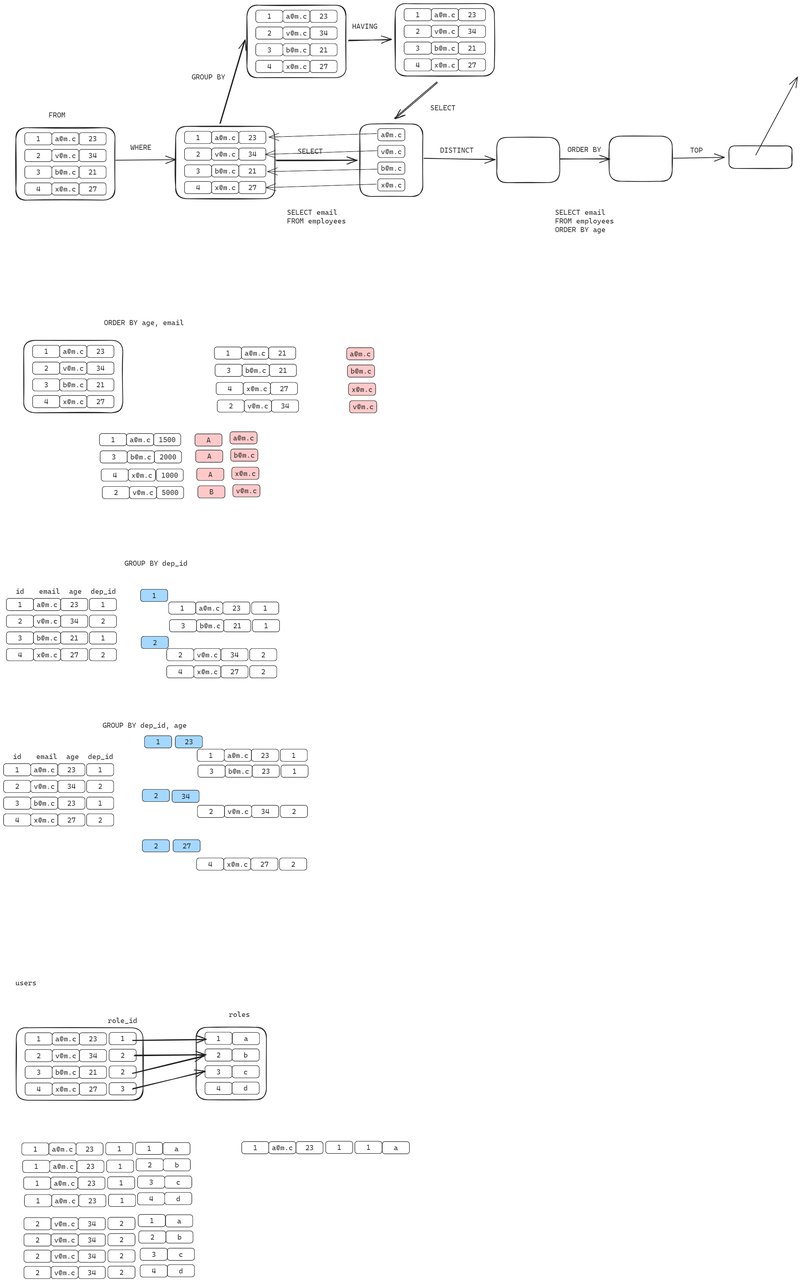
The Excalidraw diagram img/01_sql.excalidraw.png in silvercodes/p31_db_sql, before a commit. Source tidied: one line per element, renumbered; positions are measured from the earlier drawing's top-left corner, leaving out a move shared by most shapes.
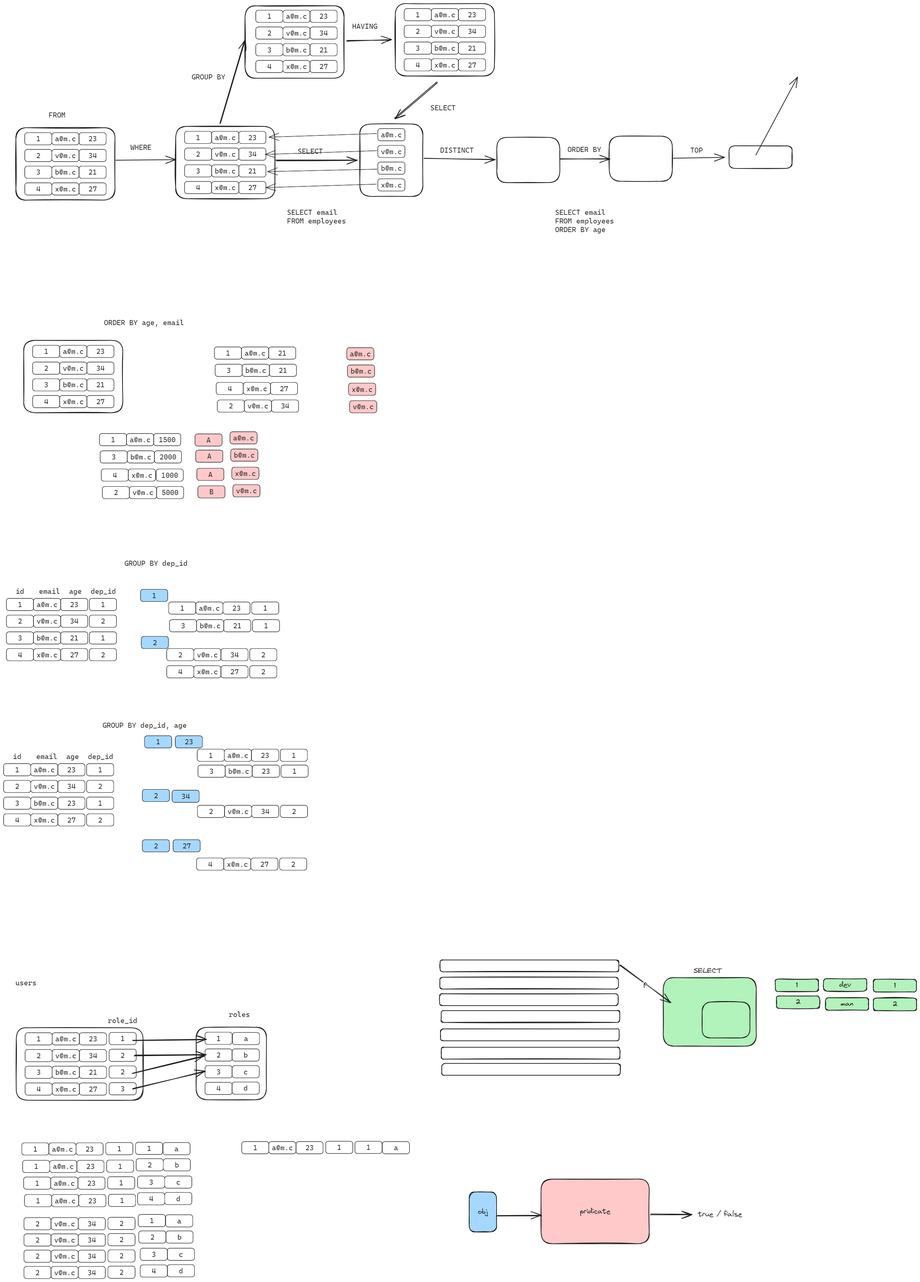
After the change.

Change to the diagram source:
```diff
@@ -330,7 +330,7 @@
 {"id": 329, "type": "text", "text": "27", "strokeColor": "#1e1e1e", "strokeWidth": 1, "roughness": 0, "fontSize": 20, "fontFamily": 3, "textAlign": "center", "verticalAlign": "middle", "inside": 328, "x": 714, "y": 2384, "width": 23, "height": 24}
 {"id": 330, "type": "rectangle", "strokeColor": "#1e1e1e", "strokeWidth": 1, "roughness": 0, "round": true, "x": 768, "y": 2379, "width": 76, "height": 34}
 {"id": 331, "type": "text", "text": "2", "strokeColor": "#1e1e1e", "strokeWidth": 1, "roughness": 0, "fontSize": 20, "fontFamily": 3, "textAlign": "center", "verticalAlign": "middle", "inside": 330, "x": 800, "y": 2384, "width": 12, "height": 24}
-{"id": 332, "type": "rectangle", "strokeColor": "#1e1e1e", "strokeWidth": 2, "roughness": 1, "round": true, "x": 677, "y": 5, "width": 276, "height": 202}
+{"id": 332, "type": "rectangle", "strokeColor": "#1e1e1e", "strokeWidth": 2, "roughness": 1, "round": true, "x": 672, "y": 6, "width": 276, "height": 202}
 {"id": 333, "type": "rectangle", "strokeColor": "#1e1e1e", "strokeWidth": 1, "roughness": 0, "round": true, "x": 702, "y": 18, "width": 76, "height": 34}
 {"id": 334, "type": "text", "text": "1", "strokeColor": "#1e1e1e", "strokeWidth": 1, "roughness": 0, "fontSize": 20, "fontFamily": 3, "textAlign": "center", "verticalAlign": "middle", "inside": 333, "x": 734, "y": 23, "width": 12, "height": 24}
 {"id": 335, "type": "rectangle", "strokeColor": "#1e1e1e", "strokeWidth": 1, "roughness": 0, "round": true, "x": 778, "y": 18, "width": 76, "height": 34}
@@ -382,7 +382,7 @@
 {"id": 381, "type": "text", "text": "x@m.c", "strokeColor": "#1e1e1e", "strokeWidth": 1, "roughness": 0, "fontSize": 20, "fontFamily": 3, "textAlign": "center", "verticalAlign": "middle", "inside": 380, "x": 1199, "y": 159, "width": 59, "height": 24}
 {"id": 382, "type": "rectangle", "strokeColor": "#1e1e1e", "strokeWidth": 1, "roughness": 0, "round": true, "x": 1266, "y": 154, "width": 76, "height": 34}
 {"id": 383, "type": "text", "text": "27", "strokeColor": "#1e1e1e", "strokeWidth": 1, "roughness": 0, "fontSize": 20, "fontFamily": 3, "textAlign": "center", "verticalAlign": "middle", "inside": 382, "x": 1292, "y": 159, "width": 23, "height": 24}
-{"id": 384, "type": "arrow", "strokeColor": "#1e1e1e", "strokeWidth": 2, "roughness": 1, "endArrowhead": "arrow", "round": true, "from": 332, "to": 359, "x": 961, "y": 102, "width": 117, "height": 1, "points": [[0, 0], [117, -1]]}
+{"id": 384, "type": "arrow", "strokeColor": "#1e1e1e", "strokeWidth": 2, "roughness": 1, "endArrowhead": "arrow", "round": true, "from": 332, "to": 359, "x": 956, "y": 103, "width": 123, "height": 2, "points": [[0, 0], [123, -2]]}
 {"id": 385, "type": "text", "text": "HAVING", "strokeColor": "#1e1e1e", "strokeWidth": 2, "roughness": 1, "fontSize": 20, "fontFamily": 3, "x": 970, "y": 51, "width": 70, "height": 24}
 {"id": 386, "type": "arrow", "strokeColor": "#1e1e1e", "strokeWidth": 2, "roughness": 1, "endArrowhead": "arrow", "round": true, "from": 359, "to": 3, "x": 1207, "y": 219, "width": 118, "height": 101, "points": [[0, 0], [-118, 101]]}
 {"id": 387, "type": "text", "text": "SELECT", "strokeColor": "#1e1e1e", "strokeWidth": 2, "roughness": 1, "fontSize": 20, "fontFamily": 3, "x": 1188, "y": 278, "width": 70, "height": 24}
@@ -551,3 +551,34 @@
 {"id": 550, "type": "text", "text": "1", "strokeColor": "#1e1e1e", "strokeWidth": 1, "roughness": 0, "fontSize": 20, "fontFamily": 3, "textAlign": "center", "verticalAlign": "middle", "inside": 549, "x": 1010, "y": 3172, "width": 12, "height": 24}
 {"id": 551, "type": "rectangle", "strokeColor": "#1e1e1e", "strokeWidth": 1, "roughness": 0, "round": true, "x": 1054, "y": 3168, "width": 76, "height": 34}
 {"id": 552, "type": "text", "text": "a", "strokeColor": "#1e1e1e", "strokeWidth": 1, "roughness": 0, "fontSize": 20, "fontFamily": 3, "textAlign": "center", "verticalAlign": "middle", "inside": 551, "x": 1086, "y": 3173, "width": 12, "height": 24}
+{"id": 553, "type": "rectangle", "strokeColor": "#1e1e1e", "strokeWidth": 2, "roughness": 1, "round": true, "x": 1215, "y": 2662, "width": 497, "height": 33}
+{"id": 554, "type": "rectangle", "strokeColor": "#1e1e1e", "strokeWidth": 2, "roughness": 1, "round": true, "x": 1214, "y": 2710, "width": 497, "height": 33}
+{"id": 555, "type": "rectangle", "strokeColor": "#1e1e1e", "strokeWidth": 2, "roughness": 1, "round": true, "x": 1214, "y": 2756, "width": 497, "height": 33}
+{"id": 556, "type": "rectangle", "strokeColor": "#1e1e1e", "strokeWidth": 2, "roughness": 1, "round": true, "x": 1218, "y": 2803, "width": 497, "height": 33}
+{"id": 557, "type": "rectangle", "strokeColor": "#1e1e1e", "strokeWidth": 2, "roughness": 1, "round": true, "x": 1216, "y": 2854, "width": 497, "height": 33}
+{"id": 558, "type": "rectangle", "strokeColor": "#1e1e1e", "strokeWidth": 2, "roughness": 1, "round": true, "x": 1218, "y": 2905, "width": 497, "height": 33}
+{"id": 559, "type": "rectangle", "strokeColor": "#1e1e1e", "strokeWidth": 2, "roughness": 1, "round": true, "x": 1220, "y": 2950, "width": 497, "height": 33}
+{"id": 560, "type": "rectangle", "strokeColor": "#1e1e1e", "backgroundColor": "#b2f2bb", "fillStyle": "solid", "strokeWidth": 2, "roughness": 1, "round": true, "x": 1836, "y": 2711, "width": 259, "height": 191}
+{"id": 561, "type": "text", "text": "SELECT", "strokeColor": "#1e1e1e", "backgroundColor": "#b2f2bb", "fillStyle": "solid", "strokeWidth": 2, "roughness": 1, "fontSize": 20, "fontFamily": 1, "x": 1920, "y": 2680, "width": 80, "height": 25}
+{"id": 562, "type": "arrow", "strokeColor": "#1e1e1e", "backgroundColor": "#b2f2bb", "fillStyle": "solid", "strokeWidth": 2, "roughness": 1, "endArrowhead": "arrow", "round": true, "from": 553, "x": 1716, "y": 2676, "width": 142, "height": 103, "points": [[0, 0], [142, 103]]}
+{"id": 563, "type": "text", "text": "p", "strokeColor": "#1e1e1e", "backgroundColor": "#b2f2bb", "fillStyle": "solid", "strokeWidth": 2, "roughness": 1, "fontSize": 20, "fontFamily": 1, "textAlign": "center", "verticalAlign": "middle", "inside": 562, "x": 1780, "y": 2719, "width": 10, "height": 25}
+{"id": 564, "type": "rectangle", "strokeColor": "#1e1e1e", "backgroundColor": "#b2f2bb", "fillStyle": "solid", "strokeWidth": 2, "roughness": 1, "round": true, "x": 2148, "y": 2715, "width": 120, "height": 35}
+{"id": 565, "type": "text", "text": "1", "strokeColor": "#1e1e1e", "backgroundColor": "#b2f2bb", "fillStyle": "solid", "strokeWidth": 2, "roughness": 1, "fontSize": 20, "fontFamily": 1, "textAlign": "center", "verticalAlign": "middle", "inside": 564, "x": 2206, "y": 2720, "width": 5, "height": 25}
+{"id": 566, "type": "rectangle", "strokeColor": "#1e1e1e", "backgroundColor": "#b2f2bb", "fillStyle": "solid", "strokeWidth": 2, "roughness": 1, "round": true, "x": 2282, "y": 2714, "width": 120, "height": 35}
+{"id": 567, "type": "text", "text": "dev", "strokeColor": "#1e1e1e", "backgroundColor": "#b2f2bb", "fillStyle": "solid", "strokeWidth": 2, "roughness": 1, "fontSize": 20, "fontFamily": 1, "textAlign": "center", "verticalAlign": "middle", "inside": 566, "x": 2326, "y": 2719, "width": 33, "height": 25}
+{"id": 568, "type": "rectangle", "strokeColor": "#1e1e1e", "backgroundColor": "#b2f2bb", "fillStyle": "solid", "strokeWidth": 2, "roughness": 1, "round": true, "x": 2421, "y": 2716, "width": 120, "height": 35}
+{"id": 569, "type": "text", "text": "1", "strokeColor": "#1e1e1e", "backgroundColor": "#b2f2bb", "fillStyle": "solid", "strokeWidth": 2, "roughness": 1, "fontSize": 20, "fontFamily": 1, "textAlign": "center", "verticalAlign": "middle", "inside": 568, "x": 2478, "y": 2721, "width": 5, "height": 25}
+{"id": 570, "type": "rectangle", "strokeColor": "#1e1e1e", "backgroundColor": "#b2f2bb", "fillStyle": "solid", "strokeWidth": 2, "roughness": 1, "round": true, "x": 1945, "y": 2779, "width": 133, "height": 100}
+{"id": 571, "type": "rectangle", "strokeColor": "#1e1e1e", "backgroundColor": "#b2f2bb", "fillStyle": "solid", "strokeWidth": 2, "roughness": 1, "round": true, "x": 2151, "y": 2762, "width": 120, "height": 35}
+{"id": 572, "type": "text", "text": "2", "strokeColor": "#1e1e1e", "backgroundColor": "#b2f2bb", "fillStyle": "solid", "strokeWidth": 2, "roughness": 1, "fontSize": 20, "fontFamily": 1, "textAlign": "center", "verticalAlign": "middle", "inside": 571, "x": 2204, "y": 2767, "width": 14, "height": 25}
+{"id": 573, "type": "rectangle", "strokeColor": "#1e1e1e", "backgroundColor": "#b2f2bb", "fillStyle": "solid", "strokeWidth": 2, "roughness": 1, "round": true, "x": 2288, "y": 2767, "width": 120, "height": 35}
+{"id": 574, "type": "text", "text": "man", "strokeColor": "#1e1e1e", "backgroundColor": "#b2f2bb", "fillStyle": "solid", "strokeWidth": 2, "roughness": 1, "fontSize": 20, "fontFamily": 1, "textAlign": "center", "verticalAlign": "middle", "inside": 573, "x": 2330, "y": 2772, "width": 35, "height": 25}
+{"id": 575, "type": "rectangle", "strokeColor": "#1e1e1e", "backgroundColor": "#b2f2bb", "fillStyle": "solid", "strokeWidth": 2, "roughness": 1, "round": true, "x": 2421, "y": 2768, "width": 120, "height": 35}
+{"id": 576, "type": "text", "text": "2", "strokeColor": "#1e1e1e", "backgroundColor": "#b2f2bb", "fillStyle": "solid", "strokeWidth": 2, "roughness": 1, "fontSize": 20, "fontFamily": 1, "textAlign": "center", "verticalAlign": "middle", "inside": 575, "x": 2474, "y": 2773, "width": 14, "height": 25}
+{"id": 577, "type": "rectangle", "strokeColor": "#1e1e1e", "backgroundColor": "#ffc9c9", "fillStyle": "solid", "strokeWidth": 2, "roughness": 1, "round": true, "x": 1496, "y": 3272, "width": 301, "height": 180}
+{"id": 578, "type": "text", "text": "pridicate", "strokeColor": "#1e1e1e", "backgroundColor": "#a5d8ff", "fillStyle": "solid", "strokeWidth": 2, "roughness": 1, "fontSize": 20, "fontFamily": 1, "textAlign": "center", "verticalAlign": "middle", "inside": 577, "x": 1605, "y": 3350, "width": 84, "height": 25}
+{"id": 579, "type": "arrow", "strokeColor": "#1e1e1e", "backgroundColor": "#ffc9c9", "fillStyle": "solid", "strokeWidth": 2, "roughness": 1, "endArrowhead": "arrow", "round": true, "x": 1373, "y": 3375, "width": 124, "height": 1, "points": [[0, 0], [124, -1]]}
+{"id": 580, "type": "rectangle", "strokeColor": "#1e1e1e", "backgroundColor": "#a5d8ff", "fillStyle": "solid", "strokeWidth": 2, "roughness": 1, "round": true, "x": 1296, "y": 3308, "width": 76, "height": 111}
+{"id": 581, "type": "text", "text": "obj", "strokeColor": "#1e1e1e", "backgroundColor": "#a5d8ff", "fillStyle": "solid", "strokeWidth": 2, "roughness": 1, "fontSize": 20, "fontFamily": 1, "textAlign": "center", "verticalAlign": "middle", "inside": 580, "x": 1320, "y": 3351, "width": 28, "height": 25}
+{"id": 582, "type": "arrow", "strokeColor": "#1e1e1e", "backgroundColor": "#a5d8ff", "fillStyle": "solid", "strokeWidth": 2, "roughness": 1, "endArrowhead": "arrow", "round": true, "from": 577, "x": 1802, "y": 3370, "width": 113, "height": 1, "points": [[0, 0], [113, 1]]}
+{"id": 583, "type": "text", "text": "true / false", "strokeColor": "#1e1e1e", "backgroundColor": "#a5d8ff", "fillStyle": "solid", "strokeWidth": 2, "roughness": 1, "fontSize": 20, "fontFamily": 1, "x": 1933, "y": 3358, "width": 122, "height": 25}
```
